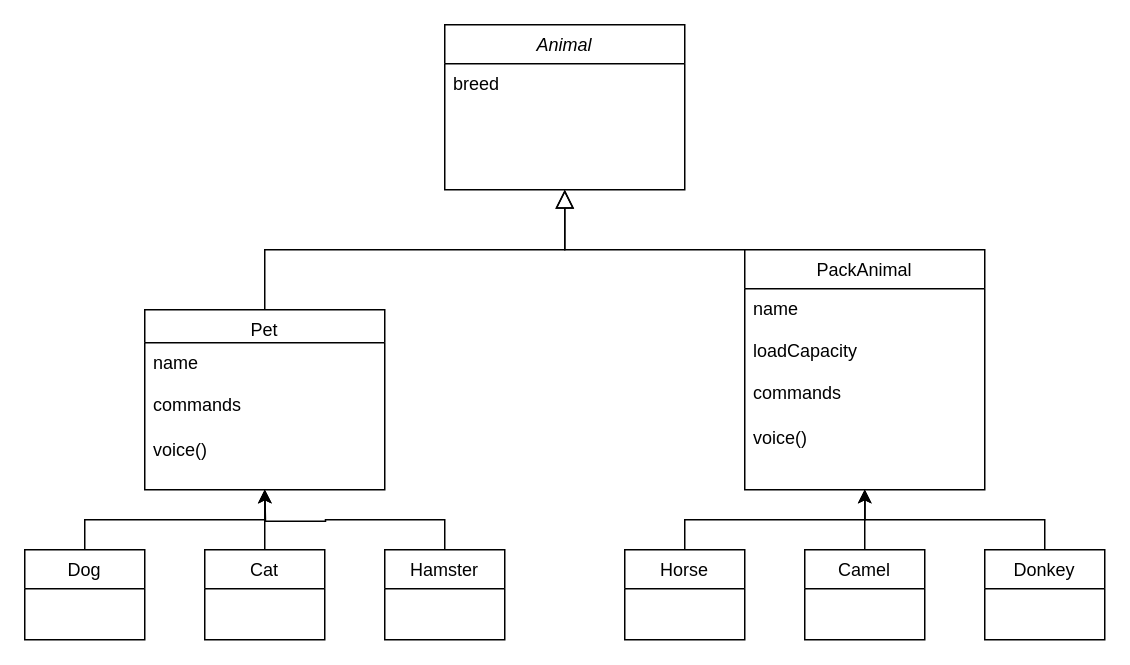
Before: #6_Classes.drawio in KirillKotikov/gb-animals-java, a draw.io diagram. Source tidied: cells renumbered, new cells numbered last; positions are measured from the earlier drawing's top-left corner, leaving out a move shared by most shapes. Both pictures are drawn from the tidied source at 150%, with x=0, y=0 at pixel (24, 24).
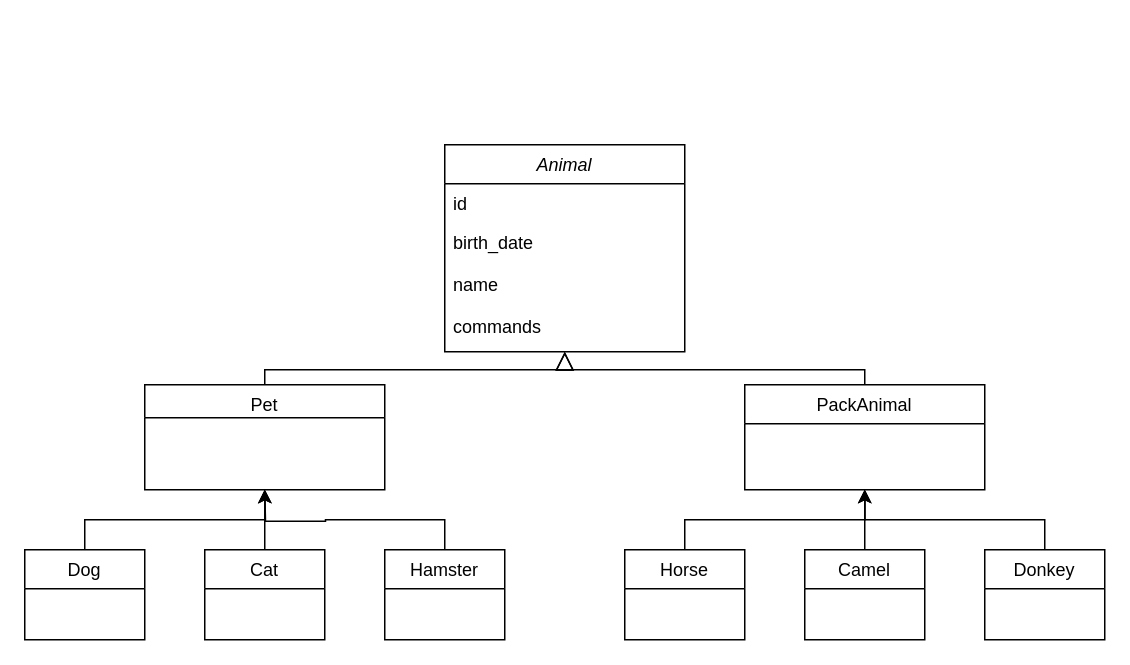
The same page after the edit.

Diff of the diagram source:
```diff
@@
     <mxCell id="2" value="Animal" style="swimlane;fontStyle=2;align=center;verticalAlign=top;horizontal=1;startSize=26;rounded=0;shadow=0;strokeWidth=1;" parent="1" vertex="1">
-      <mxGeometry x="280" width="160" height="110" as="geometry" />
+      <mxGeometry x="280" y="80" width="160" height="138" as="geometry" />
     </mxCell>
-    <mxCell id="3" value="breed" style="text;align=left;verticalAlign=top;spacingLeft=4;spacingRight=4;overflow=hidden;" parent="2" vertex="1">
+    <mxCell id="3" value="id" style="text;align=left;verticalAlign=top;spacingLeft=4;spacingRight=4;overflow=hidden;" parent="2" vertex="1">
       <mxGeometry y="26" width="160" height="26" as="geometry" />
     </mxCell>
+    <mxCell id="5" value="birth_date" style="text;align=left;verticalAlign=top;spacingLeft=4;spacingRight=4;overflow=hidden;rounded=0;shadow=0;html=0;" parent="2" vertex="1">
+      <mxGeometry y="52" width="160" height="28" as="geometry" />
+    </mxCell>
+    <mxCell id="10" value="name" style="text;align=left;verticalAlign=top;spacingLeft=4;spacingRight=4;overflow=hidden;rounded=0;shadow=0;html=0;" parent="2" vertex="1">
+      <mxGeometry y="80" width="160" height="28" as="geometry" />
+    </mxCell>
+    <mxCell id="6" value="commands" style="text;align=left;verticalAlign=top;spacingLeft=4;spacingRight=4;overflow=hidden;rounded=0;shadow=0;html=0;" parent="2" vertex="1">
+      <mxGeometry y="108" width="160" height="30" as="geometry" />
+    </mxCell>
     <mxCell id="4" value="Pet" style="swimlane;fontStyle=0;align=center;verticalAlign=top;horizontal=1;startSize=22;rounded=0;shadow=0;strokeWidth=1;" parent="1" vertex="1">
-      <mxGeometry x="80" y="190" width="160" height="120" as="geometry" />
+      <mxGeometry x="80" y="240" width="160" height="70" as="geometry" />
     </mxCell>
-    <mxCell id="5" value="name" style="text;align=left;verticalAlign=top;spacingLeft=4;spacingRight=4;overflow=hidden;rounded=0;shadow=0;html=0;" parent="4" vertex="1">
-      <mxGeometry y="22" width="160" height="28" as="geometry" />
-    </mxCell>
-    <mxCell id="6" value="commands" style="text;align=left;verticalAlign=top;spacingLeft=4;spacingRight=4;overflow=hidden;rounded=0;shadow=0;html=0;" parent="4" vertex="1">
-      <mxGeometry y="50" width="160" height="30" as="geometry" />
-    </mxCell>
-    <mxCell id="7" value="voice()" style="text;align=left;verticalAlign=top;spacingLeft=4;spacingRight=4;overflow=hidden;rounded=0;shadow=0;html=0;" parent="4" vertex="1">
-      <mxGeometry y="80" width="160" height="30" as="geometry" />
-    </mxCell>
     <mxCell id="8" style="endArrow=block;endSize=10;endFill=0;shadow=0;strokeWidth=1;rounded=0;edgeStyle=elbowEdgeStyle;elbow=vertical;" parent="1" edge="1" source="4" target="2">
       <mxGeometry relative="1" as="geometry">
         <Array as="points">
-          <mxPoint x="360" y="150" />
-          <mxPoint x="360" y="130" />
-          <mxPoint x="300" y="150" />
+          <mxPoint x="360" y="230" />
+          <mxPoint x="360" y="210" />
+          <mxPoint x="300" y="230" />
         </Array>
       </mxGeometry>
     </mxCell>
     <mxCell id="9" value="PackAnimal" style="swimlane;fontStyle=0;align=center;verticalAlign=top;horizontal=1;startSize=26;rounded=0;shadow=0;strokeWidth=1;" parent="1" vertex="1">
-      <mxGeometry x="480" y="150" width="160" height="160" as="geometry" />
+      <mxGeometry x="480" y="240" width="160" height="70" as="geometry" />
     </mxCell>
-    <mxCell id="10" value="name" style="text;align=left;verticalAlign=top;spacingLeft=4;spacingRight=4;overflow=hidden;rounded=0;shadow=0;html=0;" parent="9" vertex="1">
-      <mxGeometry y="26" width="160" height="28" as="geometry" />
-    </mxCell>
-    <mxCell id="11" value="loadCapacity" style="text;align=left;verticalAlign=top;spacingLeft=4;spacingRight=4;overflow=hidden;rounded=0;shadow=0;html=0;" parent="9" vertex="1">
-      <mxGeometry y="54" width="160" height="28" as="geometry" />
-    </mxCell>
-    <mxCell id="12" value="commands" style="text;align=left;verticalAlign=top;spacingLeft=4;spacingRight=4;overflow=hidden;rounded=0;shadow=0;html=0;" parent="9" vertex="1">
-      <mxGeometry y="82" width="160" height="30" as="geometry" />
-    </mxCell>
-    <mxCell id="13" value="voice()" style="text;align=left;verticalAlign=top;spacingLeft=4;spacingRight=4;overflow=hidden;rounded=0;shadow=0;html=0;" parent="9" vertex="1">
-      <mxGeometry y="112" width="160" height="28" as="geometry" />
-    </mxCell>
     <mxCell id="14" style="endArrow=block;endSize=10;endFill=0;shadow=0;strokeWidth=1;rounded=0;edgeStyle=elbowEdgeStyle;elbow=vertical;" parent="1" edge="1" source="9" target="2">
       <mxGeometry relative="1" as="geometry">
         <Array as="points">
-          <mxPoint x="360" y="150" />
+          <mxPoint x="360" y="230" />
         </Array>
       </mxGeometry>
     </mxCell>
```
